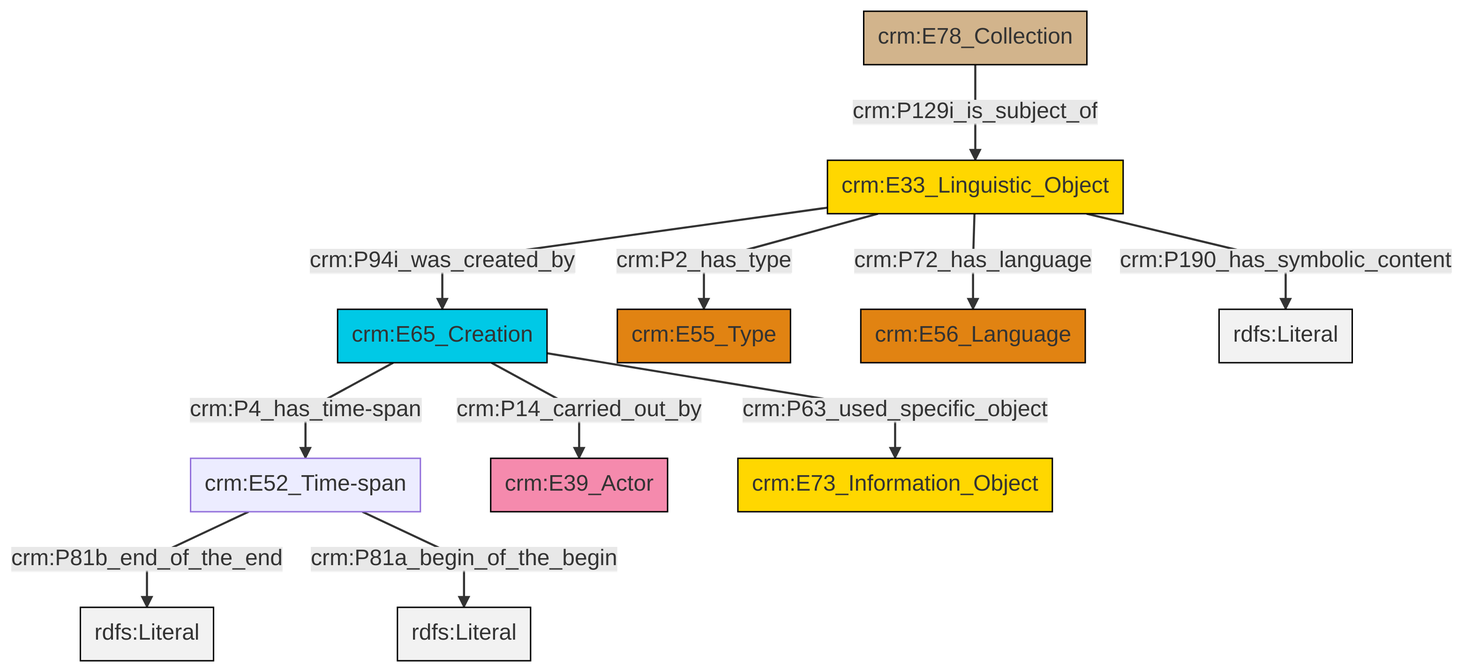
swiss-art-research-net/docs.swissartresearch keeps this Mermaid diagram as et/archivalCSV/ttl/mmd/png/archival_desc.png. Above is the earlier version. Its source is kept beside it as et/archivalCSV/ttl/mmd/archival_desc.ttl.mmd.
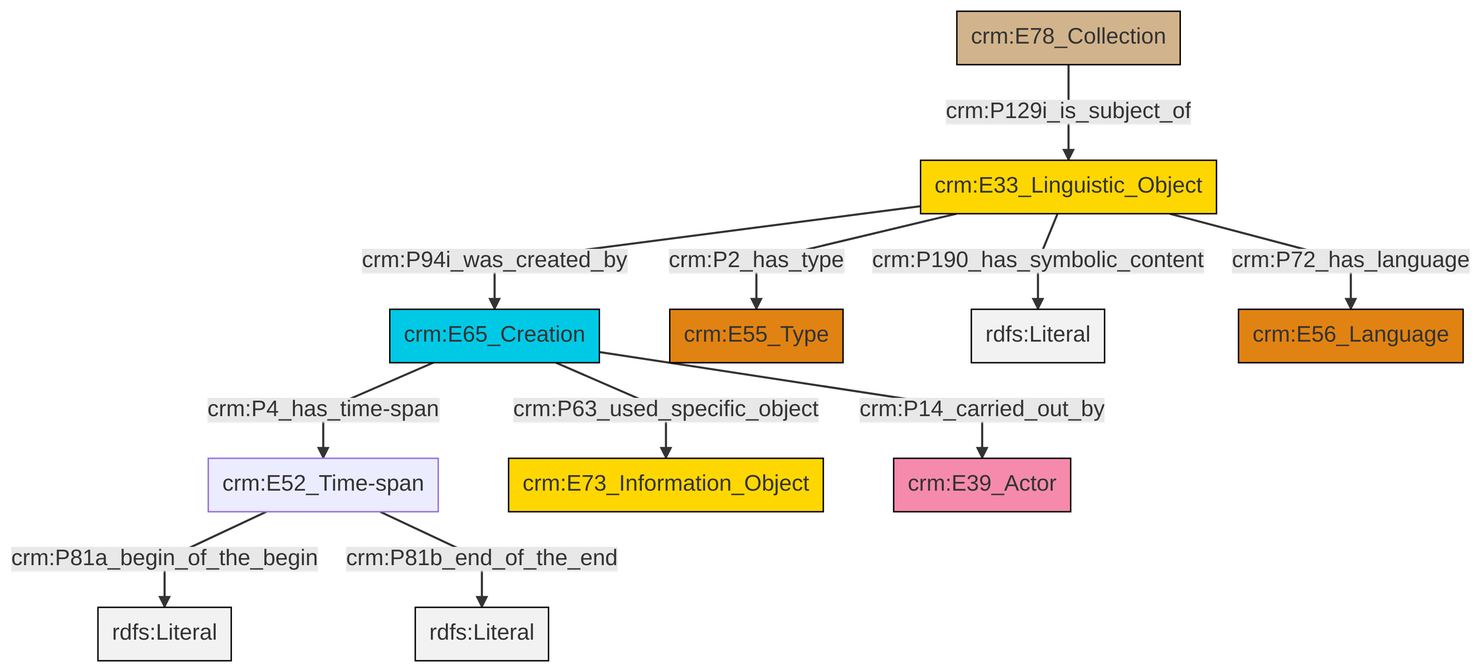
Later version of the same file.

Diff of the diagram source:
```diff
@@ -13,13 +13,13 @@
 classDef PC_Classes fill:#4ce600, stroke:#000000;
 classDef Multi fill:#cccccc,stroke:#000000;
 
-0["crm:E65_Creation"]:::Temporal_Entity -->|crm:P4_has_time-span| 1["crm:E52_Time-span"]:::Default
-4["crm:E33_Linguistic_Object"]:::Conceptual_Object -->|crm:P72_has_language| 5["crm:E56_Language"]:::Type
-1["crm:E52_Time-span"]:::Default -->|crm:P81b_end_of_the_end| 6[rdfs:Literal]:::Literal
-1["crm:E52_Time-span"]:::Default -->|crm:P81a_begin_of_the_begin| 10[rdfs:Literal]:::Literal
-7["crm:E78_Collection"]:::Physical_Thing -->|crm:P129i_is_subject_of| 4["crm:E33_Linguistic_Object"]:::Conceptual_Object
-4["crm:E33_Linguistic_Object"]:::Conceptual_Object -->|crm:P94i_was_created_by| 0["crm:E65_Creation"]:::Temporal_Entity
-0["crm:E65_Creation"]:::Temporal_Entity -->|crm:P63_used_specific_object| 14["crm:E73_Information_Object"]:::Conceptual_Object
-0["crm:E65_Creation"]:::Temporal_Entity -->|crm:P14_carried_out_by| 11["crm:E39_Actor"]:::Actor
-4["crm:E33_Linguistic_Object"]:::Conceptual_Object -->|crm:P2_has_type| 2["crm:E55_Type"]:::Type
-4["crm:E33_Linguistic_Object"]:::Conceptual_Object -->|crm:P190_has_symbolic_content| 18[rdfs:Literal]:::Literal
+2["crm:E65_Creation"]:::Temporal_Entity -->|crm:P63_used_specific_object| 3["crm:E73_Information_Object"]:::Conceptual_Object
+4["crm:E33_Linguistic_Object"]:::Conceptual_Object -->|crm:P94i_was_created_by| 2["crm:E65_Creation"]:::Temporal_Entity
+4["crm:E33_Linguistic_Object"]:::Conceptual_Object -->|crm:P2_has_type| 9["crm:E55_Type"]:::Type
+2["crm:E65_Creation"]:::Temporal_Entity -->|crm:P14_carried_out_by| 5["crm:E39_Actor"]:::Actor
+0["crm:E52_Time-span"]:::Default -->|crm:P81a_begin_of_the_begin| 10[rdfs:Literal]:::Literal
+0["crm:E52_Time-span"]:::Default -->|crm:P81b_end_of_the_end| 12[rdfs:Literal]:::Literal
+4["crm:E33_Linguistic_Object"]:::Conceptual_Object -->|crm:P190_has_symbolic_content| 13[rdfs:Literal]:::Literal
+15["crm:E78_Collection"]:::Physical_Thing -->|crm:P129i_is_subject_of| 4["crm:E33_Linguistic_Object"]:::Conceptual_Object
+2["crm:E65_Creation"]:::Temporal_Entity -->|crm:P4_has_time-span| 0["crm:E52_Time-span"]:::Default
+4["crm:E33_Linguistic_Object"]:::Conceptual_Object -->|crm:P72_has_language| 17["crm:E56_Language"]:::Type
```
